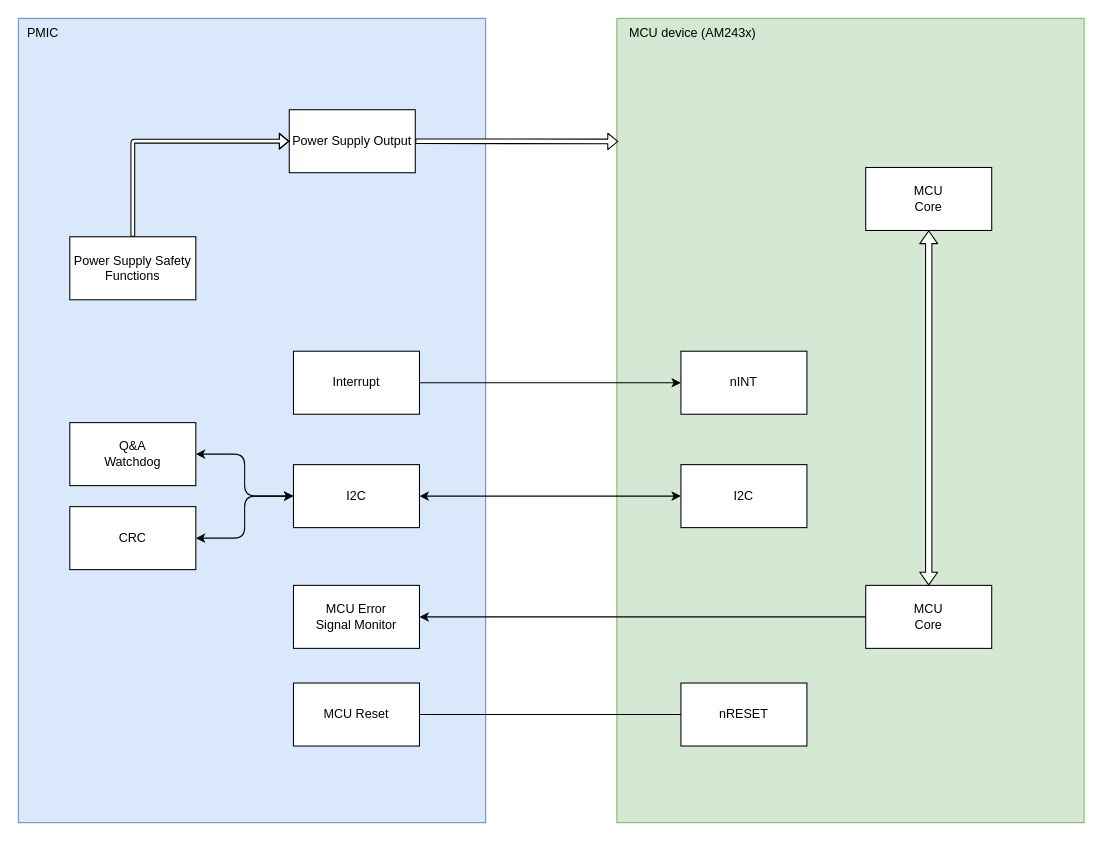
petrkucerak/diplom-thesis keeps this draw.io diagram as schematic/05-sw-PMIC-example.drawio. Above is the earlier version. Source tidied: cells renumbered, new cells numbered last; positions are measured from the earlier drawing's top-left corner, leaving out a move shared by most shapes. Both pictures are drawn from the tidied source at 105%, with x=0, y=0 at pixel (18, 18).
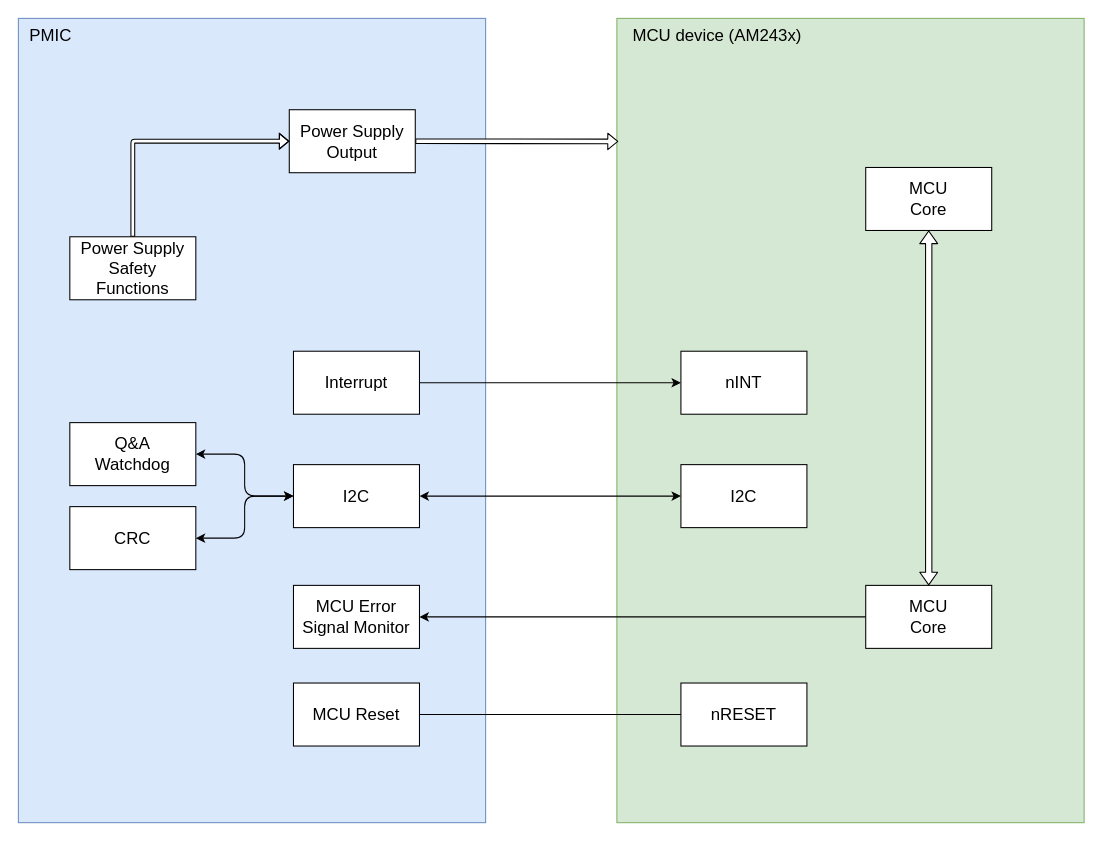
The same page after the edit.

Diff of the diagram source:
```diff
@@
-    <mxCell id="2" value="&amp;nbsp; &amp;nbsp;MCU device (AM243x)" style="rounded=0;whiteSpace=wrap;html=1;align=left;verticalAlign=top;fillColor=#d5e8d4;strokeColor=#82b366;" parent="1" vertex="1">
+    <mxCell id="2" value="&amp;nbsp; &amp;nbsp;MCU device (AM243x)" style="rounded=0;whiteSpace=wrap;html=1;align=left;verticalAlign=top;fillColor=#d5e8d4;strokeColor=#82b366;fontSize=16;" parent="1" vertex="1">
       <mxGeometry x="570" width="445" height="766" as="geometry" />
     </mxCell>
-    <mxCell id="3" value="&lt;span style=&quot;color: rgb(0, 0, 0);&quot;&gt;&amp;nbsp; PMIC&lt;/span&gt;" style="rounded=0;whiteSpace=wrap;html=1;verticalAlign=top;align=left;fillColor=#dae8fc;strokeColor=#6c8ebf;" parent="1" vertex="1">
+    <mxCell id="3" value="&lt;span style=&quot;color: rgb(0, 0, 0);&quot;&gt;&amp;nbsp; PMIC&lt;/span&gt;" style="rounded=0;whiteSpace=wrap;html=1;verticalAlign=top;align=left;fillColor=#dae8fc;strokeColor=#6c8ebf;fontSize=16;" parent="1" vertex="1">
       <mxGeometry width="445" height="766" as="geometry" />
     </mxCell>
-    <mxCell id="4" style="edgeStyle=none;html=1;exitX=1;exitY=0.5;exitDx=0;exitDy=0;" parent="1" edge="1" source="5" target="6">
+    <mxCell id="4" style="edgeStyle=none;html=1;exitX=1;exitY=0.5;exitDx=0;exitDy=0;fontSize=16;" parent="1" edge="1" source="5" target="6">
       <mxGeometry relative="1" as="geometry" />
     </mxCell>
-    <mxCell id="5" value="Interrupt" style="rounded=0;whiteSpace=wrap;html=1;" parent="1" vertex="1">
+    <mxCell id="5" value="Interrupt" style="rounded=0;whiteSpace=wrap;html=1;fontSize=16;" parent="1" vertex="1">
       <mxGeometry x="262" y="317" width="120" height="60" as="geometry" />
     </mxCell>
-    <mxCell id="6" value="nINT" style="rounded=0;whiteSpace=wrap;html=1;" parent="1" vertex="1">
+    <mxCell id="6" value="nINT" style="rounded=0;whiteSpace=wrap;html=1;fontSize=16;" parent="1" vertex="1">
       <mxGeometry x="631" y="317" width="120" height="60" as="geometry" />
     </mxCell>
-    <mxCell id="7" style="edgeStyle=none;html=1;exitX=1;exitY=0.5;exitDx=0;exitDy=0;startArrow=classic;startFill=1;" parent="1" edge="1" source="8" target="9">
+    <mxCell id="7" style="edgeStyle=none;html=1;exitX=1;exitY=0.5;exitDx=0;exitDy=0;startArrow=classic;startFill=1;fontSize=16;" parent="1" edge="1" source="8" target="9">
       <mxGeometry relative="1" as="geometry" />
     </mxCell>
-    <mxCell id="8" value="I2C" style="rounded=0;whiteSpace=wrap;html=1;" parent="1" vertex="1">
+    <mxCell id="8" value="I2C" style="rounded=0;whiteSpace=wrap;html=1;fontSize=16;" parent="1" vertex="1">
       <mxGeometry x="262" y="425" width="120" height="60" as="geometry" />
     </mxCell>
-    <mxCell id="9" value="I2C" style="rounded=0;whiteSpace=wrap;html=1;" parent="1" vertex="1">
+    <mxCell id="9" value="I2C" style="rounded=0;whiteSpace=wrap;html=1;fontSize=16;" parent="1" vertex="1">
       <mxGeometry x="631" y="425" width="120" height="60" as="geometry" />
     </mxCell>
-    <mxCell id="10" style="edgeStyle=orthogonalEdgeStyle;html=1;exitX=1;exitY=0.5;exitDx=0;exitDy=0;entryX=0;entryY=0.5;entryDx=0;entryDy=0;startArrow=classic;startFill=1;" parent="1" edge="1" source="11" target="8">
+    <mxCell id="10" style="edgeStyle=orthogonalEdgeStyle;html=1;exitX=1;exitY=0.5;exitDx=0;exitDy=0;entryX=0;entryY=0.5;entryDx=0;entryDy=0;startArrow=classic;startFill=1;fontSize=16;" parent="1" edge="1" source="11" target="8">
       <mxGeometry relative="1" as="geometry" />
     </mxCell>
-    <mxCell id="11" value="Q&amp;amp;A&lt;br&gt;Watchdog" style="rounded=0;whiteSpace=wrap;html=1;" parent="1" vertex="1">
+    <mxCell id="11" value="Q&amp;amp;A&lt;br&gt;Watchdog" style="rounded=0;whiteSpace=wrap;html=1;fontSize=16;" parent="1" vertex="1">
       <mxGeometry x="49" y="385" width="120" height="60" as="geometry" />
     </mxCell>
-    <mxCell id="12" style="edgeStyle=orthogonalEdgeStyle;html=1;exitX=1;exitY=0.5;exitDx=0;exitDy=0;entryX=0;entryY=0.5;entryDx=0;entryDy=0;startArrow=classic;startFill=1;" parent="1" edge="1" source="13" target="8">
+    <mxCell id="12" style="edgeStyle=orthogonalEdgeStyle;html=1;exitX=1;exitY=0.5;exitDx=0;exitDy=0;entryX=0;entryY=0.5;entryDx=0;entryDy=0;startArrow=classic;startFill=1;fontSize=16;" parent="1" edge="1" source="13" target="8">
       <mxGeometry relative="1" as="geometry" />
     </mxCell>
-    <mxCell id="13" value="CRC" style="rounded=0;whiteSpace=wrap;html=1;" parent="1" vertex="1">
+    <mxCell id="13" value="CRC" style="rounded=0;whiteSpace=wrap;html=1;fontSize=16;" parent="1" vertex="1">
       <mxGeometry x="49" y="465" width="120" height="60" as="geometry" />
     </mxCell>
-    <mxCell id="14" style="edgeStyle=none;html=1;exitX=1;exitY=0.5;exitDx=0;exitDy=0;entryX=0;entryY=0.5;entryDx=0;entryDy=0;endArrow=none;endFill=0;startArrow=classic;startFill=1;" parent="1" edge="1" source="15" target="16">
+    <mxCell id="14" style="edgeStyle=none;html=1;exitX=1;exitY=0.5;exitDx=0;exitDy=0;entryX=0;entryY=0.5;entryDx=0;entryDy=0;endArrow=none;endFill=0;startArrow=classic;startFill=1;fontSize=16;" parent="1" edge="1" source="15" target="16">
       <mxGeometry relative="1" as="geometry" />
     </mxCell>
-    <mxCell id="15" value="MCU Error&lt;br&gt;Signal Monitor" style="rounded=0;whiteSpace=wrap;html=1;" parent="1" vertex="1">
+    <mxCell id="15" value="MCU Error&lt;br&gt;Signal Monitor" style="rounded=0;whiteSpace=wrap;html=1;fontSize=16;" parent="1" vertex="1">
       <mxGeometry x="262" y="540" width="120" height="60" as="geometry" />
     </mxCell>
-    <mxCell id="16" value="MCU&lt;div&gt;Core&lt;/div&gt;" style="rounded=0;whiteSpace=wrap;html=1;" parent="1" vertex="1">
+    <mxCell id="16" value="MCU&lt;div&gt;Core&lt;/div&gt;" style="rounded=0;whiteSpace=wrap;html=1;fontSize=16;" parent="1" vertex="1">
       <mxGeometry x="807" y="540" width="120" height="60" as="geometry" />
     </mxCell>
-    <mxCell id="17" style="edgeStyle=none;html=1;exitX=0.5;exitY=1;exitDx=0;exitDy=0;entryX=0.5;entryY=0;entryDx=0;entryDy=0;startArrow=classic;startFill=1;shape=flexArrow;width=6;endSize=3.680952380952381;endWidth=10;startWidth=10;startSize=3.680952380952381;fillColor=default;" parent="1" edge="1" source="18" target="16">
+    <mxCell id="17" style="edgeStyle=none;html=1;exitX=0.5;exitY=1;exitDx=0;exitDy=0;entryX=0.5;entryY=0;entryDx=0;entryDy=0;startArrow=classic;startFill=1;shape=flexArrow;width=6;endSize=3.680952380952381;endWidth=10;startWidth=10;startSize=3.680952380952381;fillColor=default;fontSize=16;" parent="1" edge="1" source="18" target="16">
       <mxGeometry relative="1" as="geometry" />
     </mxCell>
-    <mxCell id="18" value="MCU&lt;div&gt;Core&lt;/div&gt;" style="rounded=0;whiteSpace=wrap;html=1;" parent="1" vertex="1">
+    <mxCell id="18" value="MCU&lt;div&gt;Core&lt;/div&gt;" style="rounded=0;whiteSpace=wrap;html=1;fontSize=16;" parent="1" vertex="1">
       <mxGeometry x="807" y="142" width="120" height="60" as="geometry" />
     </mxCell>
-    <mxCell id="19" value="nRESET" style="rounded=0;whiteSpace=wrap;html=1;" parent="1" vertex="1">
+    <mxCell id="19" value="nRESET" style="rounded=0;whiteSpace=wrap;html=1;fontSize=16;" parent="1" vertex="1">
       <mxGeometry x="631" y="633" width="120" height="60" as="geometry" />
     </mxCell>
-    <mxCell id="20" style="edgeStyle=none;html=1;exitX=1;exitY=0.5;exitDx=0;exitDy=0;endArrow=none;endFill=0;" parent="1" edge="1" source="21" target="19">
+    <mxCell id="20" style="edgeStyle=none;html=1;exitX=1;exitY=0.5;exitDx=0;exitDy=0;endArrow=none;endFill=0;fontSize=16;" parent="1" edge="1" source="21" target="19">
       <mxGeometry relative="1" as="geometry" />
     </mxCell>
-    <mxCell id="21" value="MCU Reset" style="rounded=0;whiteSpace=wrap;html=1;" parent="1" vertex="1">
+    <mxCell id="21" value="MCU Reset" style="rounded=0;whiteSpace=wrap;html=1;fontSize=16;" parent="1" vertex="1">
       <mxGeometry x="262" y="633" width="120" height="60" as="geometry" />
     </mxCell>
-    <mxCell id="22" style="edgeStyle=none;html=1;exitX=1;exitY=0.5;exitDx=0;exitDy=0;entryX=0.003;entryY=0.153;entryDx=0;entryDy=0;entryPerimeter=0;shape=flexArrow;width=4.423076923076923;endSize=2.830769230769231;endWidth=10.11094674556213;fillColor=default;" parent="1" edge="1" source="23" target="2">
+    <mxCell id="22" style="edgeStyle=none;html=1;exitX=1;exitY=0.5;exitDx=0;exitDy=0;entryX=0.003;entryY=0.153;entryDx=0;entryDy=0;entryPerimeter=0;shape=flexArrow;width=4.423076923076923;endSize=2.830769230769231;endWidth=10.11094674556213;fillColor=default;fontSize=16;" parent="1" edge="1" source="23" target="2">
       <mxGeometry relative="1" as="geometry" />
     </mxCell>
-    <mxCell id="23" value="Power Supply Output" style="rounded=0;whiteSpace=wrap;html=1;" parent="1" vertex="1">
+    <mxCell id="23" value="Power Supply Output" style="rounded=0;whiteSpace=wrap;html=1;fontSize=16;" parent="1" vertex="1">
       <mxGeometry x="258" y="87" width="120" height="60" as="geometry" />
     </mxCell>
-    <mxCell id="24" style="edgeStyle=orthogonalEdgeStyle;html=1;exitX=0.5;exitY=0;exitDx=0;exitDy=0;entryX=0;entryY=0.5;entryDx=0;entryDy=0;shape=flexArrow;width=3.6;endSize=2.6399999999999997;endWidth=10.16;fillColor=default;" parent="1" edge="1" source="25" target="23">
+    <mxCell id="24" style="edgeStyle=orthogonalEdgeStyle;html=1;exitX=0.5;exitY=0;exitDx=0;exitDy=0;entryX=0;entryY=0.5;entryDx=0;entryDy=0;shape=flexArrow;width=3.6;endSize=2.6399999999999997;endWidth=10.16;fillColor=default;fontSize=16;" parent="1" edge="1" source="25" target="23">
       <mxGeometry relative="1" as="geometry" />
     </mxCell>
-    <mxCell id="25" value="Power Supply Safety Functions" style="rounded=0;whiteSpace=wrap;html=1;" parent="1" vertex="1">
+    <mxCell id="25" value="Power Supply Safety Functions" style="rounded=0;whiteSpace=wrap;html=1;fontSize=16;" parent="1" vertex="1">
       <mxGeometry x="49" y="208" width="120" height="60" as="geometry" />
     </mxCell>
```
